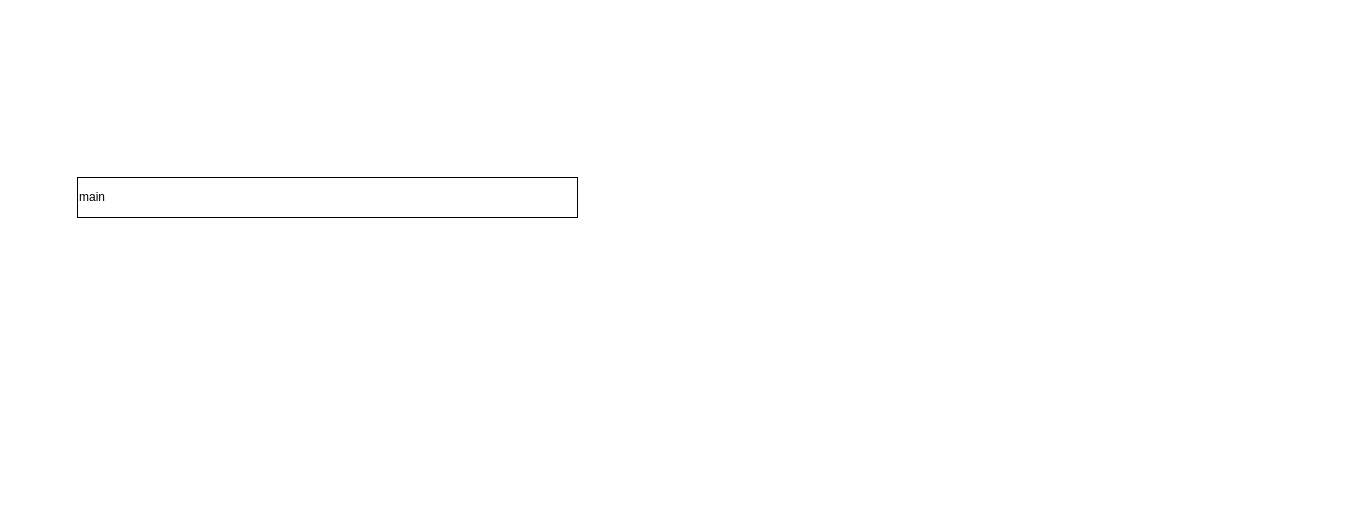
ShadowKingdoms/2021.G.D.T.C.-Programing-Designer- keeps this draw.io diagram as GameNetworkPrograming/Untitled Diagram.drawio. Above is the earlier version. Source tidied: cells renumbered, new cells numbered last; positions are measured from the earlier drawing's top-left corner, leaving out a move shared by most shapes. Both pictures are drawn from the tidied source at 100%, with x=0, y=0 at pixel (77, 177).
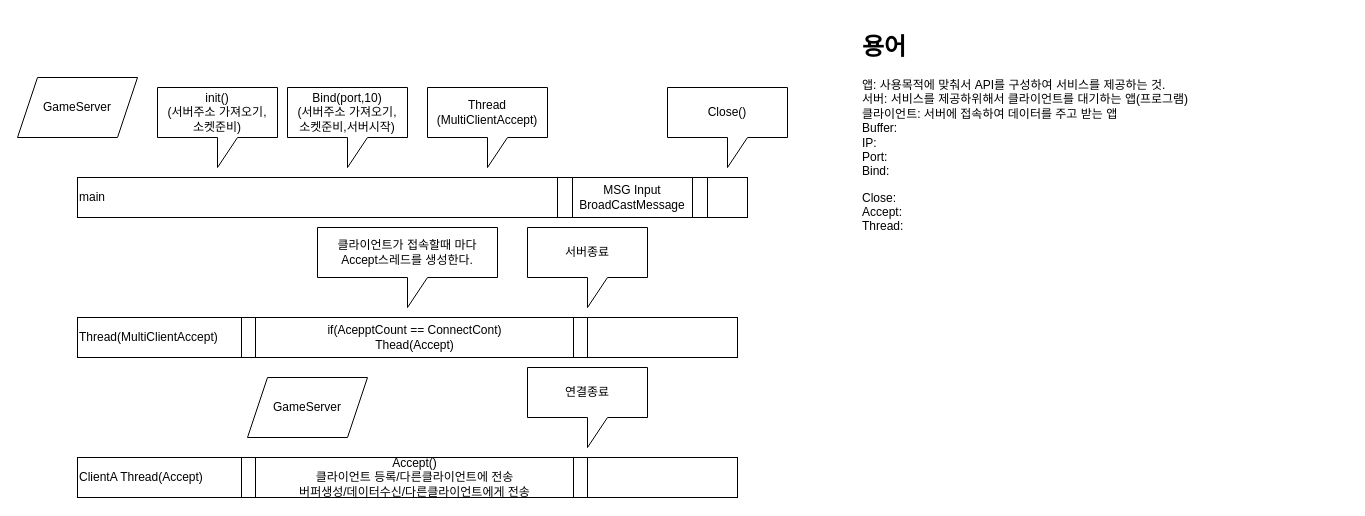
The same diagram, later.

Change to the diagram source:
```diff
@@
 <mxGraphModel>
   <root>
     <mxCell id="0" />
     <mxCell id="1" parent="0" />
     <mxCell id="2" value="main" style="rounded=0;whiteSpace=wrap;html=1;align=left;" parent="1" vertex="1">
-      <mxGeometry width="500" height="40" as="geometry" />
+      <mxGeometry width="670" height="40" as="geometry" />
     </mxCell>
+    <mxCell id="3" value="GameServer" style="shape=parallelogram;perimeter=parallelogramPerimeter;whiteSpace=wrap;html=1;fixedSize=1;" parent="1" vertex="1">
+      <mxGeometry x="-60" y="-100" width="120" height="60" as="geometry" />
+    </mxCell>
+    <mxCell id="4" value="init()&lt;br&gt;(서버주소 가져오기,&lt;br&gt;소켓준비)" style="shape=callout;whiteSpace=wrap;html=1;perimeter=calloutPerimeter;" parent="1" vertex="1">
+      <mxGeometry x="80" y="-90" width="120" height="80" as="geometry" />
+    </mxCell>
+    <mxCell id="5" value="Bind(port,10)&lt;br&gt;(서버주소 가져오기,&lt;br&gt;소켓준비,서버시작)" style="shape=callout;whiteSpace=wrap;html=1;perimeter=calloutPerimeter;" parent="1" vertex="1">
+      <mxGeometry x="210" y="-90" width="120" height="80" as="geometry" />
+    </mxCell>
+    <mxCell id="6" value="Thread(MultiClientAccept)" style="rounded=0;whiteSpace=wrap;html=1;align=left;" parent="1" vertex="1">
+      <mxGeometry y="140" width="660" height="40" as="geometry" />
+    </mxCell>
+    <mxCell id="7" value="&lt;div style=&quot;text-align: left&quot;&gt;&lt;span&gt;Close()&lt;/span&gt;&lt;/div&gt;" style="shape=callout;whiteSpace=wrap;html=1;perimeter=calloutPerimeter;" parent="1" vertex="1">
+      <mxGeometry x="590" y="-90" width="120" height="80" as="geometry" />
+    </mxCell>
+    <mxCell id="8" value="MSG Input&lt;br&gt;BroadCastMessage" style="shape=process;whiteSpace=wrap;html=1;backgroundOutline=1;" parent="1" vertex="1">
+      <mxGeometry x="480" width="150" height="40" as="geometry" />
+    </mxCell>
+    <mxCell id="9" value="&lt;span style=&quot;text-align: left&quot;&gt;Thread&lt;br&gt;(MultiClientAccept)&lt;/span&gt;" style="shape=callout;whiteSpace=wrap;html=1;perimeter=calloutPerimeter;" parent="1" vertex="1">
+      <mxGeometry x="350" y="-90" width="120" height="80" as="geometry" />
+    </mxCell>
+    <mxCell id="10" value="if(AcepptCount == ConnectCont)&lt;br&gt;Thead(Accept)" style="shape=process;whiteSpace=wrap;html=1;backgroundOutline=1;size=0.03940886699507389;" parent="1" vertex="1">
+      <mxGeometry x="164" y="140" width="346" height="40" as="geometry" />
+    </mxCell>
+    <mxCell id="11" value="ClientA Thread(&lt;span style=&quot;text-align: center&quot;&gt;Accept&lt;/span&gt;)" style="rounded=0;whiteSpace=wrap;html=1;align=left;" parent="1" vertex="1">
+      <mxGeometry y="280" width="660" height="40" as="geometry" />
+    </mxCell>
+    <mxCell id="12" value="Accept() &lt;br&gt;클라이언트 등록/다른클라이언트에 전송&lt;br&gt;버퍼생성/데이터수신/다른클라이언트에게 전송" style="shape=process;whiteSpace=wrap;html=1;backgroundOutline=1;size=0.03940886699507389;" parent="1" vertex="1">
+      <mxGeometry x="164" y="280" width="346" height="40" as="geometry" />
+    </mxCell>
+    <mxCell id="13" value="연결종료" style="shape=callout;whiteSpace=wrap;html=1;perimeter=calloutPerimeter;" parent="1" vertex="1">
+      <mxGeometry x="450" y="190" width="120" height="80" as="geometry" />
+    </mxCell>
+    <mxCell id="14" value="서버종료" style="shape=callout;whiteSpace=wrap;html=1;perimeter=calloutPerimeter;" parent="1" vertex="1">
+      <mxGeometry x="450" y="50" width="120" height="80" as="geometry" />
+    </mxCell>
+    <mxCell id="15" value="클라이언트가 접속할때 마다 Accept스레드를 생성한다." style="shape=callout;whiteSpace=wrap;html=1;perimeter=calloutPerimeter;" parent="1" vertex="1">
+      <mxGeometry x="240" y="50" width="180" height="80" as="geometry" />
+    </mxCell>
+    <mxCell id="16" value="GameServer" style="shape=parallelogram;perimeter=parallelogramPerimeter;whiteSpace=wrap;html=1;fixedSize=1;" parent="1" vertex="1">
+      <mxGeometry x="170" y="200" width="120" height="60" as="geometry" />
+    </mxCell>
+    <mxCell id="17" value="&lt;h1&gt;용어&lt;/h1&gt;&lt;p&gt;앱: 사용목적에 맞춰서 API를 구성하여 서비스를 제공하는 것.&lt;br&gt;서버: 서비스를 제공하위해서 클라이언트를 대기하는 앱(프로그램)&lt;br&gt;&lt;span&gt;클라이언트: 서버에 접속하여 데이터를 주고 받는 앱&lt;br&gt;&lt;/span&gt;&lt;span&gt;Buffer:&lt;br&gt;&lt;/span&gt;&lt;span&gt;IP:&lt;br&gt;&lt;/span&gt;&lt;span&gt;Port:&lt;br&gt;&lt;/span&gt;&lt;span&gt;Bind:&lt;/span&gt;&lt;/p&gt;&lt;p&gt;&lt;span&gt;Close:&lt;br&gt;&lt;/span&gt;&lt;span&gt;Accept:&lt;br&gt;&lt;/span&gt;&lt;span&gt;Thread:&lt;/span&gt;&lt;/p&gt;&lt;p&gt;&lt;span&gt;&amp;nbsp;&lt;/span&gt;&lt;/p&gt;&lt;p&gt;&lt;br&gt;&lt;/p&gt;" style="text;html=1;strokeColor=none;fillColor=none;spacing=5;spacingTop=-20;whiteSpace=wrap;overflow=hidden;rounded=0;" parent="1" vertex="1">
+      <mxGeometry x="780" y="-150" width="490" height="470" as="geometry" />
+    </mxCell>
   </root>
 </mxGraphModel>
```
